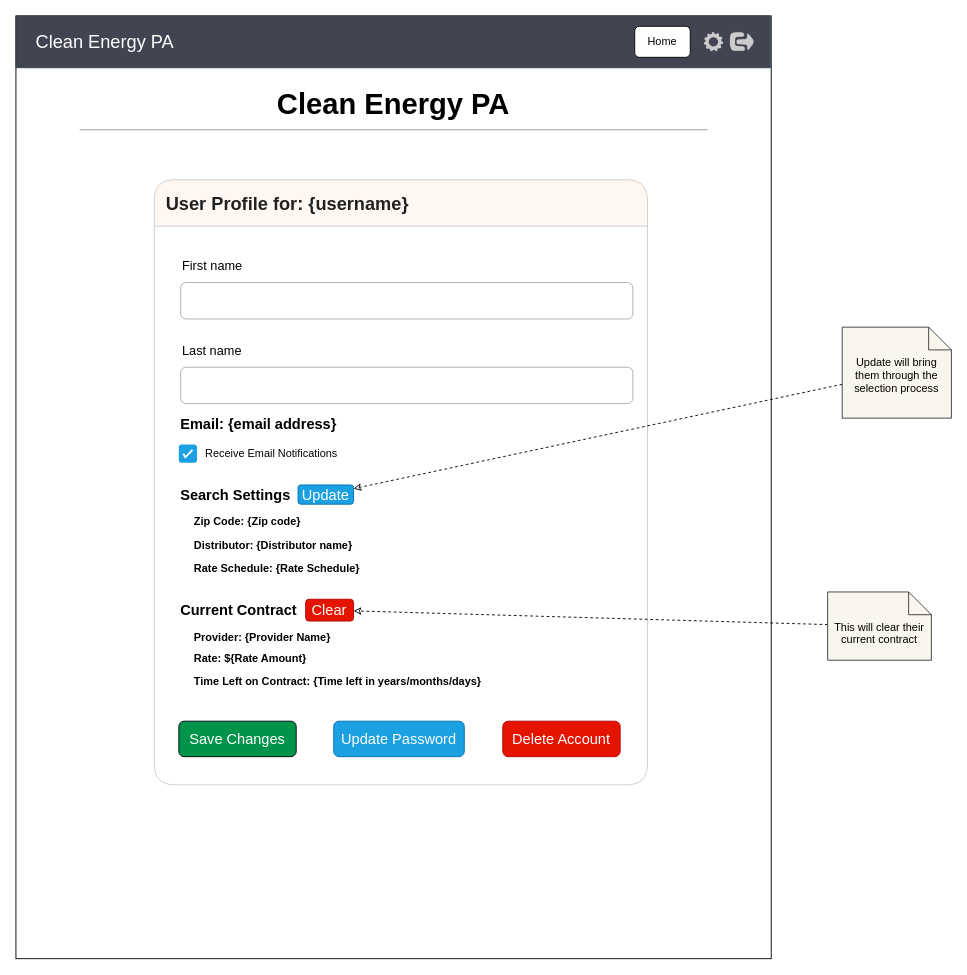
PSUCapstone2023-Group1/Clean-Energy-PA keeps this draw.io diagram as page "User Profile" (8 of 8) of documentation/diagrams/Wireframes.drawio. Above is the earlier version. Source tidied: cells renumbered, new cells numbered last; positions are measured from the earlier drawing's top-left corner, leaving out a move shared by most shapes. Both pictures are drawn from the tidied source at 91%, with x=0, y=0 at pixel (15, 15).
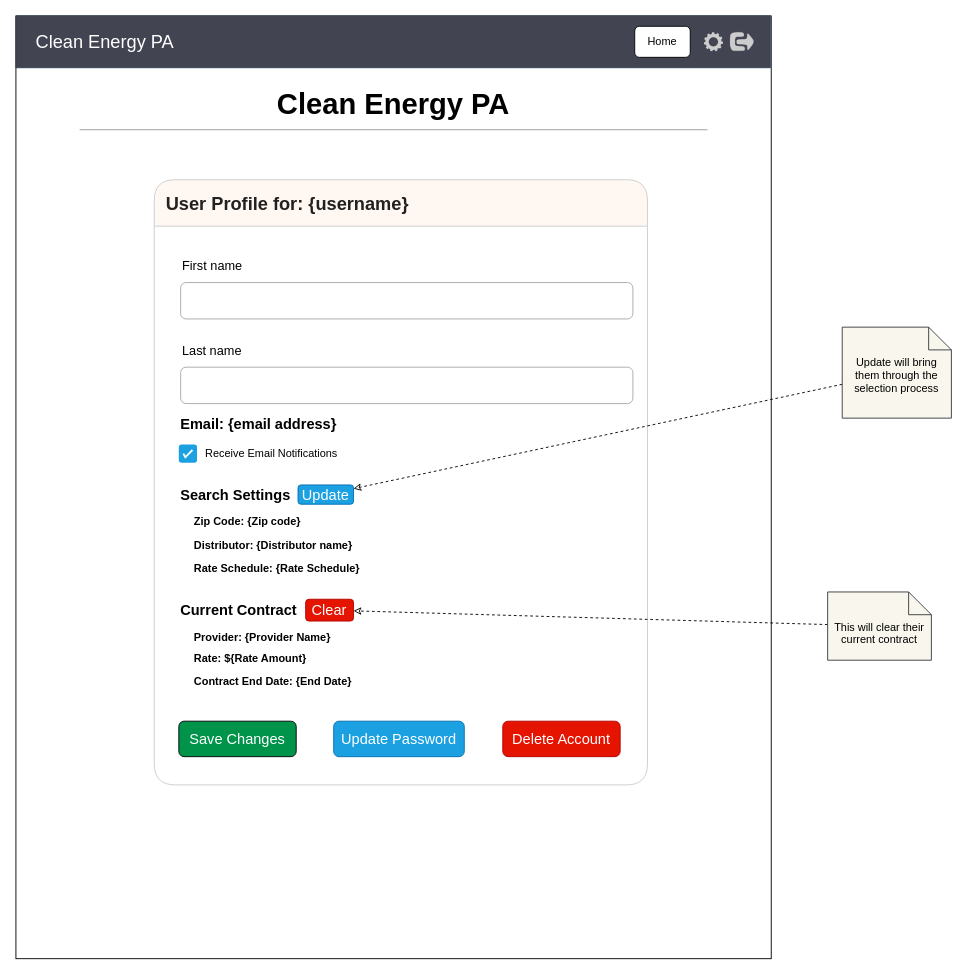
After the change.

Unchanged cells that the change refers to:
```xml
<mxCell id="13" value="&lt;font color=&quot;#212121&quot; style=&quot;font-size: 20px;&quot;&gt;&amp;nbsp; User Profile for: {username}&lt;/font&gt;" style="swimlane;whiteSpace=wrap;html=1;rounded=1;shadow=0;fillStyle=auto;strokeColor=#CCCCCC;strokeWidth=1;fontSize=10;fontColor=#CCCCCC;fillColor=#FFF7F2;gradientColor=none;startSize=51;align=left;" parent="4" vertex="1">
  <mxGeometry x="152" y="180" width="542" height="665" as="geometry" />
</mxCell>
```

The edit, as a diff of the source:
```diff
@@
-    <mxCell id="28" value="&lt;font style=&quot;font-size: 12px;&quot;&gt;Time Left on Contract: {Time left in years/months/days}&lt;/font&gt;" style="text;strokeColor=none;align=left;fillColor=none;html=1;verticalAlign=middle;whiteSpace=wrap;rounded=0;fontStyle=1;fontSize=12;" parent="13" vertex="1">
+    <mxCell id="28" value="Contract End Date: {End Date}" style="text;strokeColor=none;align=left;fillColor=none;html=1;verticalAlign=middle;whiteSpace=wrap;rounded=0;fontStyle=1;fontSize=12;" parent="13" vertex="1">
       <mxGeometry x="41.5" y="537" width="346.5" height="30" as="geometry" />
     </mxCell>
```
